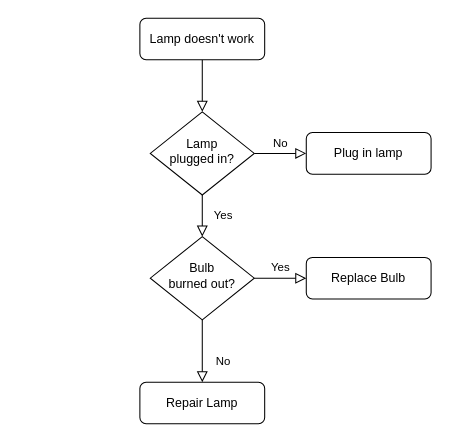
Above: onboarding_champions.drawio in venkatnr/Account (draw.io), before the change. Source tidied: cells renumbered, new cells numbered last; positions are measured from the earlier drawing's top-left corner, leaving out a move shared by most shapes. Both pictures are drawn from the tidied source at 104%, with x=0, y=0 at pixel (139, 18).
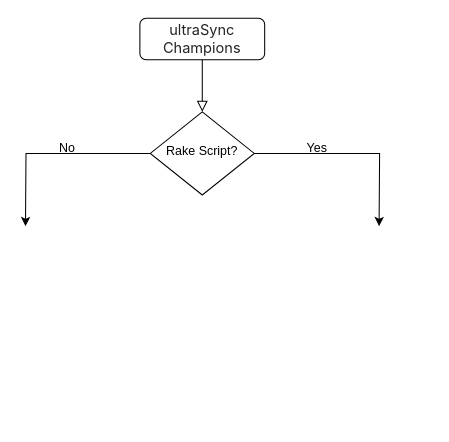
After the change.

What changed in the source:
```diff
@@
 <mxGraphModel>
   <root>
     <mxCell id="0" />
     <mxCell id="1" parent="0" />
     <mxCell id="2" style="rounded=0;html=1;jettySize=auto;fontSize=11;endArrow=block;endFill=0;endSize=8;strokeWidth=1;shadow=0;labelBackgroundColor=none;edgeStyle=orthogonalEdgeStyle;" parent="1" edge="1" source="3" target="6">
       <mxGeometry relative="1" as="geometry" />
     </mxCell>
-    <mxCell id="3" value="Lamp doesn't work" style="rounded=1;whiteSpace=wrap;html=1;fontSize=12;glass=0;strokeWidth=1;shadow=0;" parent="1" vertex="1">
+    <mxCell id="3" value="&lt;span style=&quot;color: rgb(36, 36, 36); font-family: -apple-system, BlinkMacSystemFont, &amp;quot;Segoe UI&amp;quot;, system-ui, &amp;quot;Apple Color Emoji&amp;quot;, &amp;quot;Segoe UI Emoji&amp;quot;, &amp;quot;Segoe UI Web&amp;quot;, sans-serif; font-size: 14px; text-align: start; background-color: rgb(255, 255, 255);&quot;&gt;ultraSync Champions&lt;/span&gt;" style="rounded=1;whiteSpace=wrap;html=1;fontSize=12;glass=0;strokeWidth=1;shadow=0;" parent="1" vertex="1">
       <mxGeometry width="120" height="40" as="geometry" />
     </mxCell>
+    <mxCell id="13" style="edgeStyle=orthogonalEdgeStyle;rounded=0;jettySize=auto;html=1;" parent="1" edge="1" source="6">
+      <mxGeometry relative="1" as="geometry">
+        <mxPoint x="-110" y="200" as="targetPoint" />
+      </mxGeometry>
+    </mxCell>
+    <mxCell id="14" style="edgeStyle=orthogonalEdgeStyle;rounded=0;jettySize=auto;html=1;exitX=1;exitY=0.5;exitDx=0;exitDy=0;" parent="1" edge="1" source="6">
+      <mxGeometry relative="1" as="geometry">
+        <mxPoint x="230" y="200" as="targetPoint" />
+      </mxGeometry>
+    </mxCell>
+    <mxCell id="6" value="Rake Script?" style="rhombus;whiteSpace=wrap;html=1;shadow=0;fontFamily=Helvetica;fontSize=12;align=center;strokeWidth=1;spacing=6;spacingTop=-4;" parent="1" vertex="1">
+      <mxGeometry x="10" y="90" width="100" height="80" as="geometry" />
+    </mxCell>
+    <mxCell id="8" value="No" style="rounded=0;html=1;jettySize=auto;orthogonalLoop=1;fontSize=11;endArrow=block;endFill=0;endSize=8;strokeWidth=1;shadow=0;labelBackgroundColor=none;edgeStyle=orthogonalEdgeStyle;" parent="1" edge="1">
+      <mxGeometry x="0.33" y="20" relative="1" as="geometry">
+        <mxPoint x="60" y="290" as="sourcePoint" />
+      </mxGeometry>
+    </mxCell>
+    <mxCell id="9" value="Yes" style="edgeStyle=orthogonalEdgeStyle;rounded=0;html=1;jettySize=auto;orthogonalLoop=1;fontSize=11;endArrow=block;endFill=0;endSize=8;strokeWidth=1;shadow=0;labelBackgroundColor=none;" parent="1" edge="1">
+      <mxGeometry y="10" relative="1" as="geometry">
+        <mxPoint x="110" y="250" as="sourcePoint" />
+      </mxGeometry>
+    </mxCell>
-    <mxCell id="4" value="Yes" style="rounded=0;html=1;jettySize=auto;fontSize=11;endArrow=block;endFill=0;endSize=8;strokeWidth=1;shadow=0;labelBackgroundColor=none;edgeStyle=orthogonalEdgeStyle;" parent="1" edge="1" source="6" target="10">
-      <mxGeometry y="20" relative="1" as="geometry" />
+    <mxCell id="4" value="Yes" style="text;html=1;align=center;verticalAlign=middle;strokeColor=none;fillColor=none;" parent="1" vertex="1">
+      <mxGeometry x="150" y="110" width="40" height="30" as="geometry" />
     </mxCell>
-    <mxCell id="5" value="No" style="edgeStyle=orthogonalEdgeStyle;rounded=0;html=1;jettySize=auto;fontSize=11;endArrow=block;endFill=0;endSize=8;strokeWidth=1;shadow=0;labelBackgroundColor=none;" parent="1" edge="1" source="6" target="7">
-      <mxGeometry y="10" relative="1" as="geometry" />
+    <mxCell id="5" value="No" style="text;html=1;align=center;verticalAlign=middle;strokeColor=none;fillColor=none;" parent="1" vertex="1">
+      <mxGeometry x="-90" y="110" width="40" height="30" as="geometry" />
     </mxCell>
-    <mxCell id="6" value="Lamp&lt;br&gt;plugged in?" style="rhombus;whiteSpace=wrap;html=1;shadow=0;fontFamily=Helvetica;fontSize=12;align=center;strokeWidth=1;spacing=6;spacingTop=-4;" parent="1" vertex="1">
-      <mxGeometry x="10" y="90" width="100" height="80" as="geometry" />
-    </mxCell>
-    <mxCell id="7" value="Plug in lamp" style="rounded=1;whiteSpace=wrap;html=1;fontSize=12;glass=0;strokeWidth=1;shadow=0;" parent="1" vertex="1">
-      <mxGeometry x="160" y="110" width="120" height="40" as="geometry" />
-    </mxCell>
-    <mxCell id="8" value="No" style="rounded=0;html=1;jettySize=auto;fontSize=11;endArrow=block;endFill=0;endSize=8;strokeWidth=1;shadow=0;labelBackgroundColor=none;edgeStyle=orthogonalEdgeStyle;" parent="1" edge="1" source="10" target="11">
-      <mxGeometry x="0.33" y="20" relative="1" as="geometry" />
-    </mxCell>
-    <mxCell id="9" value="Yes" style="edgeStyle=orthogonalEdgeStyle;rounded=0;html=1;jettySize=auto;fontSize=11;endArrow=block;endFill=0;endSize=8;strokeWidth=1;shadow=0;labelBackgroundColor=none;" parent="1" edge="1" source="10" target="12">
-      <mxGeometry y="10" relative="1" as="geometry" />
-    </mxCell>
-    <mxCell id="10" value="Bulb&lt;br&gt;burned out?" style="rhombus;whiteSpace=wrap;html=1;shadow=0;fontFamily=Helvetica;fontSize=12;align=center;strokeWidth=1;spacing=6;spacingTop=-4;" parent="1" vertex="1">
-      <mxGeometry x="10" y="210" width="100" height="80" as="geometry" />
-    </mxCell>
-    <mxCell id="11" value="Repair Lamp" style="rounded=1;whiteSpace=wrap;html=1;fontSize=12;glass=0;strokeWidth=1;shadow=0;" parent="1" vertex="1">
-      <mxGeometry y="350" width="120" height="40" as="geometry" />
-    </mxCell>
-    <mxCell id="12" value="Replace Bulb" style="rounded=1;whiteSpace=wrap;html=1;fontSize=12;glass=0;strokeWidth=1;shadow=0;" parent="1" vertex="1">
-      <mxGeometry x="160" y="230" width="120" height="40" as="geometry" />
-    </mxCell>
   </root>
 </mxGraphModel>
```
